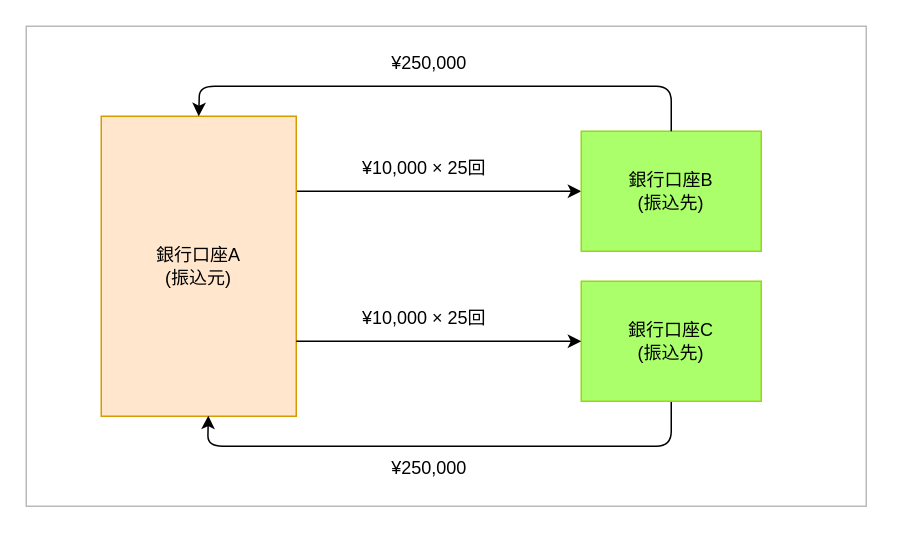
yr260625/qiita-tech-articles keeps this draw.io diagram as page "01. 銀行自動振込_概要" (1 of 3) of 99.その他素材/test.drawio. Above is the earlier version. Source tidied: cells renumbered, new cells numbered last; positions are measured from the earlier drawing's top-left corner, leaving out a move shared by most shapes. Both pictures are drawn from the tidied source at 150%, with x=0, y=0 at pixel (26, 26). Pictures stored in the file or linked from it are replaced by grey dashed boxes.
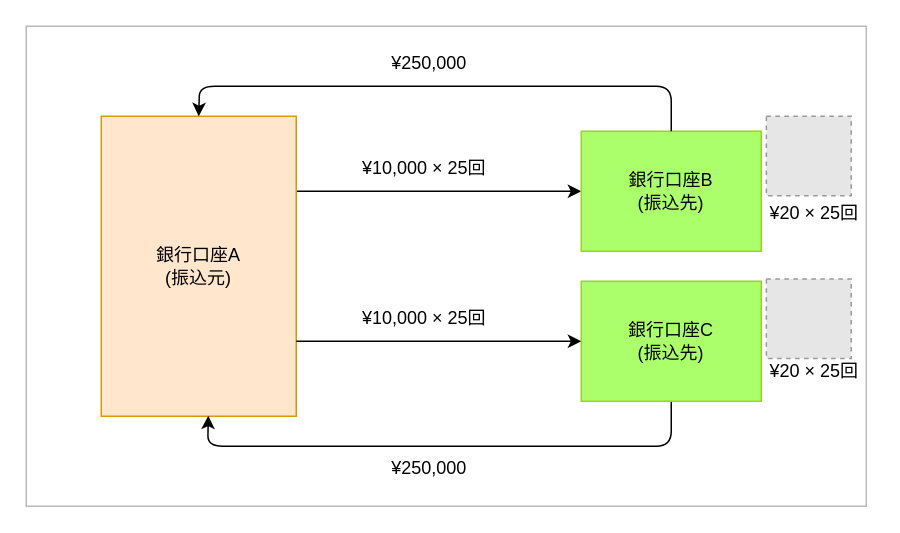
Above is the later version.

Change to the diagram source:
```diff
@@
+    <mxCell id="14" value="¥20 × 25回" style="text;html=1;align=center;verticalAlign=middle;strokeColor=none;fillColor=none;" parent="1" vertex="1">
+      <mxGeometry x="485" y="110" width="80" height="30" as="geometry" />
+    </mxCell>
+    <mxCell id="15" value="¥20 × 25回" style="text;html=1;align=center;verticalAlign=middle;strokeColor=none;fillColor=none;" parent="1" vertex="1">
+      <mxGeometry x="485" y="215" width="80" height="30" as="geometry" />
+    </mxCell>
+    <mxCell id="16" style="fillColor=#E6E6E6;strokeColor=#999999;dashed=1;verticalLabelPosition=bottom;labelBackgroundColor=default;verticalAlign=top;" parent="1" vertex="1">
+      <mxGeometry x="493.4" y="60" width="56.6" height="53" as="geometry" />
+    </mxCell>
+    <mxCell id="17" style="fillColor=#E6E6E6;strokeColor=#999999;dashed=1;verticalLabelPosition=bottom;labelBackgroundColor=default;verticalAlign=top;" parent="1" vertex="1">
+      <mxGeometry x="493.4" y="168.5" width="56.6" height="53" as="geometry" />
+    </mxCell>
```
